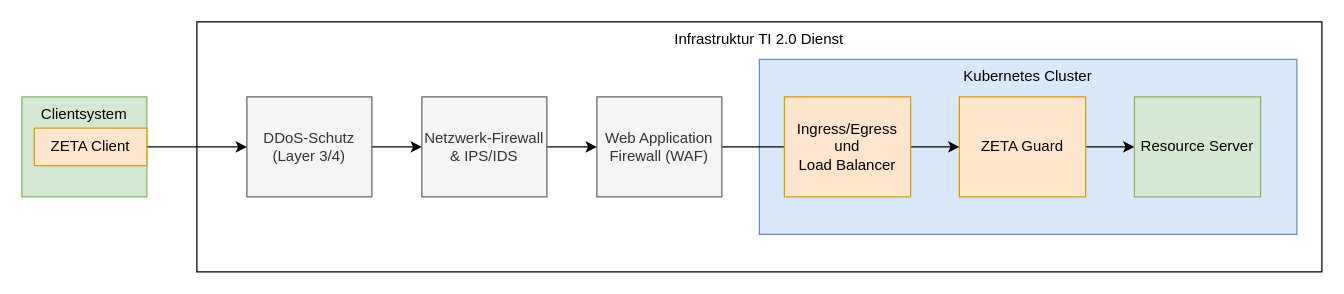
Before: src/drawio/zeta-guard-integration-guide/zeta-guard-deployment-view.drawio in gematik/zeta, a draw.io diagram. Source tidied: cells renumbered, new cells numbered last; positions are measured from the earlier drawing's top-left corner, leaving out a move shared by most shapes. Both pictures are drawn from the tidied source at 125%, with x=0, y=0 at pixel (21, 21).
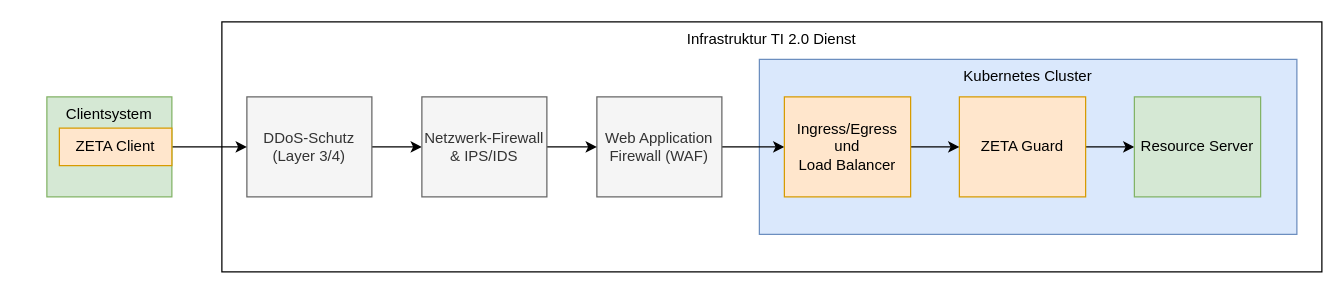
The same diagram, later.

Commit message:
feat: update ZETA Guard deployment view diagram for improved layout and versioning

Change to the diagram source:
```diff
@@
 <mxGraphModel>
   <root>
     <mxCell id="0" />
     <mxCell id="1" parent="0" />
     <mxCell id="2" value="Infrastruktur TI 2.0 Dienst" style="rounded=0;whiteSpace=wrap;html=1;verticalAlign=top;" parent="1" vertex="1">
-      <mxGeometry x="140" width="900" height="200" as="geometry" />
+      <mxGeometry x="160" width="880" height="200" as="geometry" />
     </mxCell>
     <mxCell id="3" value="Kubernetes Cluster" style="rounded=0;whiteSpace=wrap;html=1;verticalAlign=top;fillColor=#dae8fc;strokeColor=#6c8ebf;" parent="1" vertex="1">
       <mxGeometry x="590" y="30" width="430" height="140" as="geometry" />
     </mxCell>
     <mxCell id="4" style="edgeStyle=orthogonalEdgeStyle;rounded=0;jettySize=auto;html=1;" parent="1" edge="1" source="5" target="13">
       <mxGeometry relative="1" as="geometry" />
     </mxCell>
     <mxCell id="5" value="&lt;div&gt;DDoS-Schutz&lt;/div&gt;&lt;div&gt;(Layer 3/4)&lt;/div&gt;" style="rounded=0;whiteSpace=wrap;html=1;fillColor=#f5f5f5;fontColor=#333333;strokeColor=#666666;" parent="1" vertex="1">
       <mxGeometry x="180" y="60" width="100" height="80" as="geometry" />
     </mxCell>
     <mxCell id="6" style="edgeStyle=orthogonalEdgeStyle;rounded=0;jettySize=auto;html=1;" parent="1" edge="1" source="7" target="5">
       <mxGeometry relative="1" as="geometry" />
     </mxCell>
     <mxCell id="7" value="Clientsystem" style="rounded=0;whiteSpace=wrap;html=1;verticalAlign=top;fillColor=#d5e8d4;strokeColor=#82b366;" parent="1" vertex="1">
-      <mxGeometry y="60" width="100" height="80" as="geometry" />
+      <mxGeometry x="20" y="60" width="100" height="80" as="geometry" />
     </mxCell>
     <mxCell id="8" style="edgeStyle=orthogonalEdgeStyle;rounded=0;jettySize=auto;html=1;entryX=0;entryY=0.5;entryDx=0;entryDy=0;" parent="1" edge="1" source="9" target="14">
       <mxGeometry relative="1" as="geometry" />
     </mxCell>
     <mxCell id="9" value="&lt;div style=&quot;text-align: start;&quot;&gt;ZETA Guard&lt;/div&gt;" style="rounded=0;whiteSpace=wrap;html=1;fillColor=#ffe6cc;strokeColor=#d79b00;" parent="1" vertex="1">
       <mxGeometry x="750" y="60" width="101" height="80" as="geometry" />
     </mxCell>
-    <mxCell id="10" style="edgeStyle=orthogonalEdgeStyle;rounded=0;jettySize=auto;html=1;entryX=0;entryY=0.5;entryDx=0;entryDy=0;" parent="1" edge="1" source="11" target="9">
+    <mxCell id="10" style="edgeStyle=orthogonalEdgeStyle;rounded=0;jettySize=auto;html=1;entryX=0;entryY=0.5;entryDx=0;entryDy=0;" parent="1" edge="1" source="11" target="16">
       <mxGeometry relative="1" as="geometry" />
     </mxCell>
     <mxCell id="11" value="&lt;div style=&quot;&quot;&gt;&lt;div&gt;&lt;span style=&quot;background-color: transparent; color: light-dark(rgb(51, 51, 51), rgb(193, 193, 193));&quot;&gt;Web Application&lt;/span&gt;&lt;/div&gt;&lt;div&gt;&lt;span style=&quot;background-color: transparent; color: light-dark(rgb(51, 51, 51), rgb(193, 193, 193));&quot;&gt;Firewall (WAF)&lt;/span&gt;&lt;/div&gt;&lt;/div&gt;" style="rounded=0;whiteSpace=wrap;html=1;align=center;fillColor=#f5f5f5;fontColor=#333333;strokeColor=#666666;" parent="1" vertex="1">
       <mxGeometry x="460" y="60" width="100" height="80" as="geometry" />
     </mxCell>
     <mxCell id="12" style="edgeStyle=orthogonalEdgeStyle;rounded=0;jettySize=auto;html=1;entryX=0;entryY=0.5;entryDx=0;entryDy=0;" parent="1" edge="1" source="13" target="11">
       <mxGeometry relative="1" as="geometry" />
     </mxCell>
     <mxCell id="13" value="&lt;div&gt;Netzwerk-Firewall&lt;/div&gt;&lt;div&gt;&amp;amp; IPS/IDS&lt;/div&gt;" style="rounded=0;whiteSpace=wrap;html=1;fillColor=#f5f5f5;fontColor=#333333;strokeColor=#666666;" parent="1" vertex="1">
       <mxGeometry x="320" y="60" width="100" height="80" as="geometry" />
     </mxCell>
     <mxCell id="14" value="&lt;div style=&quot;text-align: start;&quot;&gt;Resource Server&lt;/div&gt;" style="rounded=0;whiteSpace=wrap;html=1;fillColor=#d5e8d4;strokeColor=#82b366;" parent="1" vertex="1">
       <mxGeometry x="890" y="60" width="101" height="80" as="geometry" />
     </mxCell>
     <mxCell id="15" value="ZETA Client" style="rounded=0;whiteSpace=wrap;html=1;fillColor=#ffe6cc;strokeColor=#d79b00;" parent="1" vertex="1">
-      <mxGeometry x="10" y="85" width="90" height="30" as="geometry" />
+      <mxGeometry x="30" y="85" width="90" height="30" as="geometry" />
     </mxCell>
+    <mxCell id="17" style="edgeStyle=none;html=1;entryX=0;entryY=0.5;entryDx=0;entryDy=0;" parent="1" edge="1" source="16" target="9">
+      <mxGeometry relative="1" as="geometry" />
+    </mxCell>
     <mxCell id="16" value="&lt;div style=&quot;&quot;&gt;Ingress/Egress und&lt;/div&gt;&lt;div style=&quot;&quot;&gt;Load Balancer&lt;/div&gt;" style="rounded=0;whiteSpace=wrap;html=1;fillColor=#ffe6cc;strokeColor=#d79b00;align=center;" parent="1" vertex="1">
       <mxGeometry x="610" y="60" width="101" height="80" as="geometry" />
     </mxCell>
   </root>
 </mxGraphModel>
```
